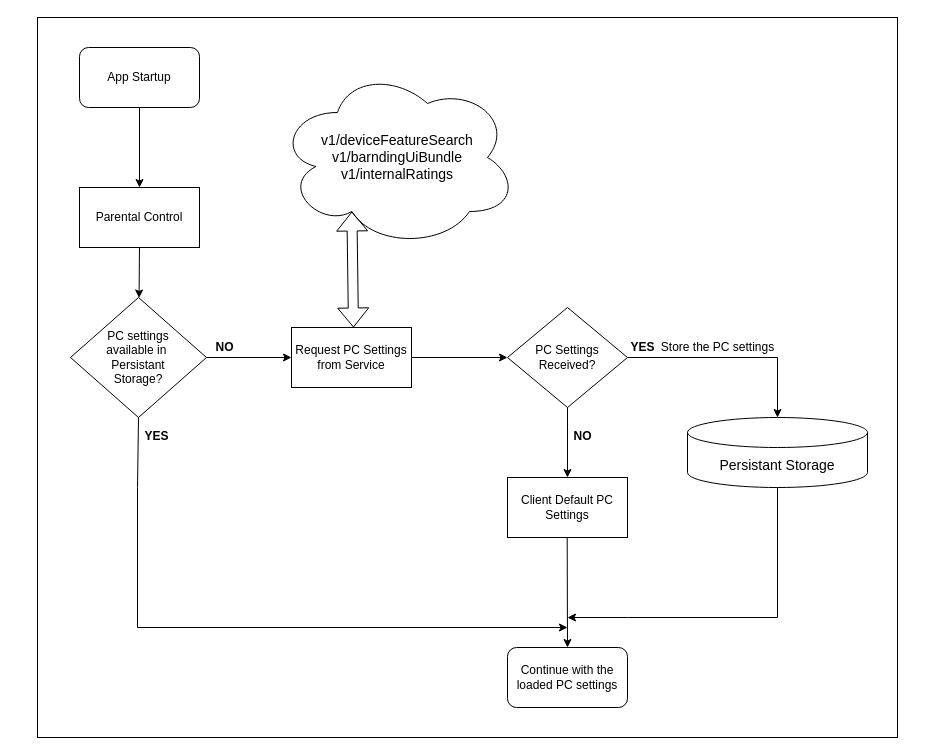
The draw.io diagram parental-control-flow.drawio in ashokkumarsh/diagrams, before the edit. Source tidied: cells renumbered, new cells numbered last; positions are measured from the earlier drawing's top-left corner, leaving out a move shared by most shapes. Both pictures are drawn from the tidied source at 100%, with x=0, y=0 at pixel (37, 17).
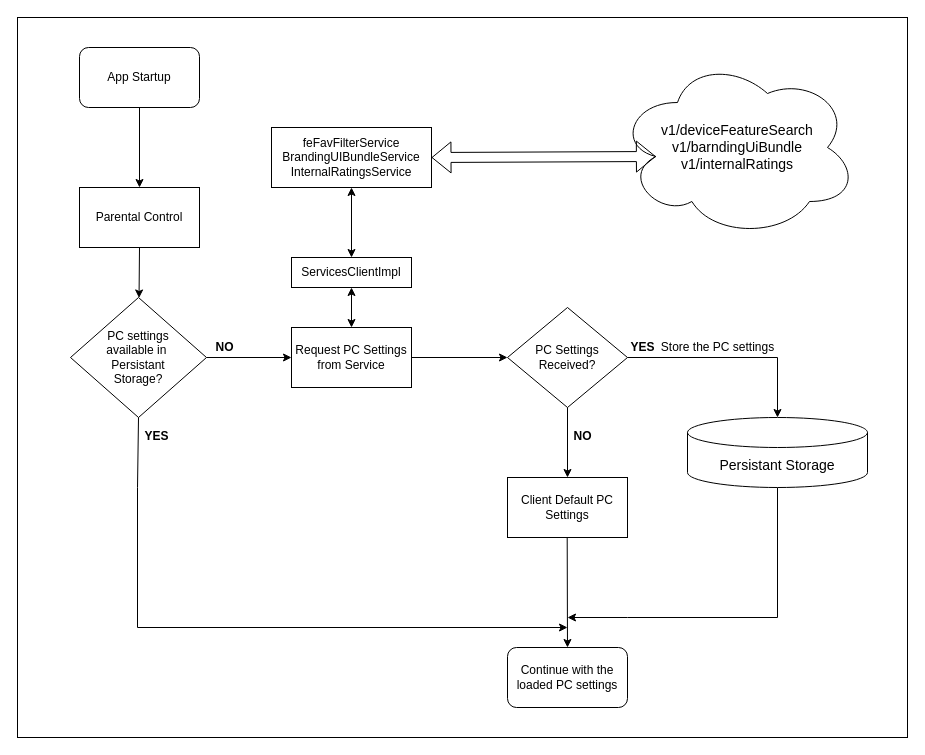
The same page after the edit.

The change refers to these unchanged cells:
```xml
<mxCell id="26" value="Request PC Settings from Service" style="rounded=0;whiteSpace=wrap;html=1;" parent="1" vertex="1">
  <mxGeometry x="254" y="310" width="120" height="60" as="geometry" />
</mxCell>
```

Diff of the diagram source:
```diff
@@
     <mxCell id="2" style="rounded=0;whiteSpace=wrap;html=1;" parent="1" vertex="1">
-      <mxGeometry width="860" height="720" as="geometry" />
+      <mxGeometry x="-20" width="890" height="720" as="geometry" />
     </mxCell>
     <mxCell id="3" value="&lt;span style=&quot;font-size: 14px;&quot;&gt;&lt;font style=&quot;font-size: 14px;&quot;&gt;v1/deviceFeatureSearch&lt;/font&gt;&lt;/span&gt;&lt;div style=&quot;font-size: 14px;&quot;&gt;&lt;font style=&quot;font-size: 14px;&quot;&gt;v1/barndingUiBundle&lt;/font&gt;&lt;/div&gt;&lt;div style=&quot;font-size: 14px;&quot;&gt;&lt;font style=&quot;font-size: 14px;&quot;&gt;v1/internalRatings&lt;/font&gt;&lt;/div&gt;" style="ellipse;shape=cloud;whiteSpace=wrap;html=1;" parent="1" vertex="1">
-      <mxGeometry x="240" y="50" width="240" height="180" as="geometry" />
+      <mxGeometry x="580" y="40" width="240" height="180" as="geometry" />
     </mxCell>
@@
-    <mxCell id="27" style="shape=flexArrow;endArrow=classic;startArrow=classic;html=1;rounded=0;exitX=0.417;exitY=0;exitDx=0;exitDy=0;exitPerimeter=0;entryX=0.31;entryY=0.8;entryDx=0;entryDy=0;entryPerimeter=0;" parent="1" edge="1" target="3">
-      <mxGeometry relative="1" as="geometry">
-        <mxPoint x="316" y="310" as="sourcePoint" />
-      </mxGeometry>
+    <mxCell id="27" style="shape=flexArrow;endArrow=classic;startArrow=classic;html=1;rounded=0;exitX=1;exitY=0.5;exitDx=0;exitDy=0;entryX=0.16;entryY=0.55;entryDx=0;entryDy=0;entryPerimeter=0;" parent="1" edge="1" source="31" target="3">
+      <mxGeometry relative="1" as="geometry" />
     </mxCell>
@@
+    <mxCell id="29" value="ServicesClientImpl" style="rounded=0;whiteSpace=wrap;html=1;" parent="1" vertex="1">
+      <mxGeometry x="254" y="240" width="120" height="30" as="geometry" />
+    </mxCell>
+    <mxCell id="30" style="endArrow=classic;startArrow=classic;html=1;rounded=0;exitX=0.5;exitY=0;exitDx=0;exitDy=0;entryX=0.5;entryY=1;entryDx=0;entryDy=0;" parent="1" edge="1" source="26" target="29">
+      <mxGeometry relative="1" as="geometry" />
+    </mxCell>
+    <mxCell id="31" value="feFavFilterService&lt;div&gt;BrandingUIBundleService&lt;/div&gt;&lt;div&gt;InternalRatingsService&lt;/div&gt;" style="rounded=0;whiteSpace=wrap;html=1;" parent="1" vertex="1">
+      <mxGeometry x="234" y="110" width="160" height="60" as="geometry" />
+    </mxCell>
+    <mxCell id="32" style="endArrow=classic;startArrow=classic;html=1;rounded=0;exitX=0.5;exitY=0;exitDx=0;exitDy=0;" parent="1" edge="1" source="29" target="31">
+      <mxGeometry relative="1" as="geometry" />
+    </mxCell>
```
